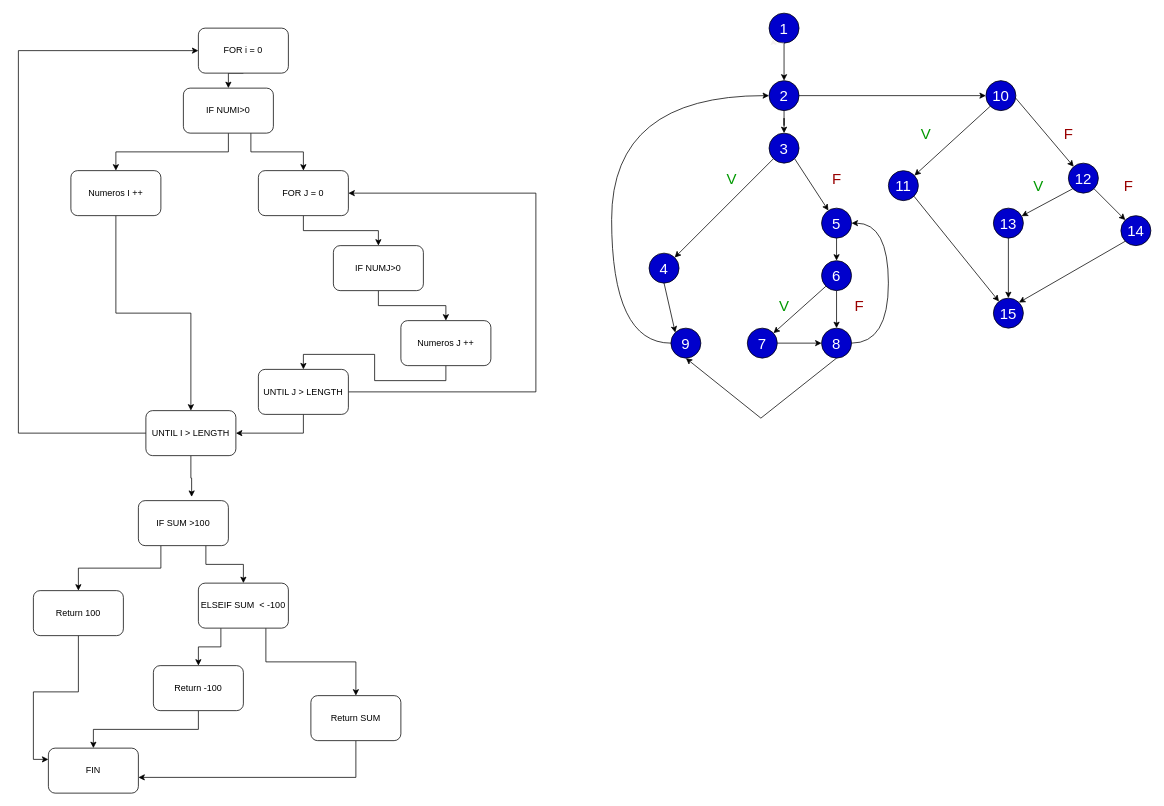
This is Diagrama FOR.drawio from JamartinezSanAlberto/Diagramas, a draw.io file, before an edit. Source tidied: cells renumbered, new cells numbered last; positions are measured from the earlier drawing's top-left corner, leaving out a move shared by most shapes. Both pictures are drawn from the tidied source at 75%, with x=0, y=0 at pixel (18, 13).
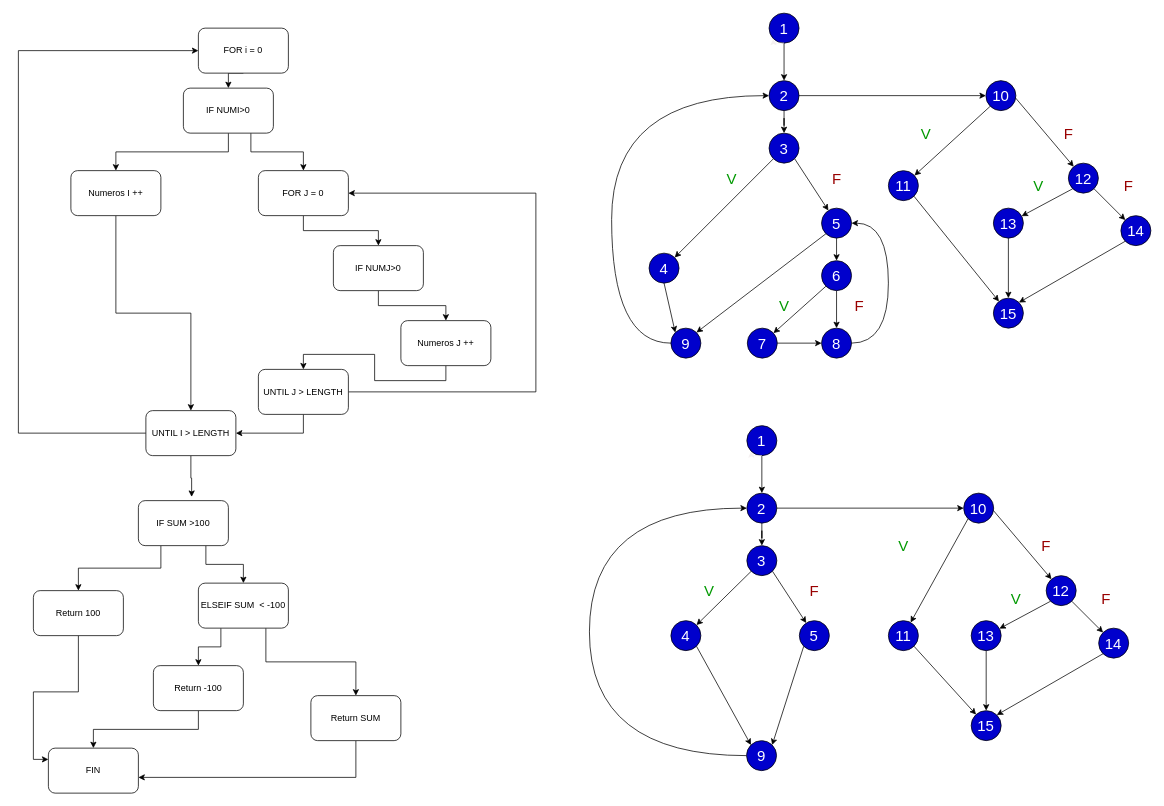
After the change.

The change refers to these unchanged cells:
```xml
<mxCell id="48" value="&lt;font style=&quot;font-size: 20px;&quot; color=&quot;#ffffff&quot;&gt;5&lt;/font&gt;" style="ellipse;whiteSpace=wrap;html=1;fillColor=#0000CC;fontSize=20;fontColor=#FFFFFF;" parent="1" vertex="1">
  <mxGeometry x="1070.9" y="260" width="40" height="40" as="geometry" />
</mxCell>
<mxCell id="56" value="&lt;font style=&quot;font-size: 20px;&quot; color=&quot;#ffffff&quot;&gt;8&lt;/font&gt;" style="ellipse;whiteSpace=wrap;html=1;fillColor=#0000CC;fontSize=20;fontColor=#FFFFFF;" parent="1" vertex="1">
  <mxGeometry x="1070.9" y="420" width="40" height="40" as="geometry" />
</mxCell>
<mxCell id="58" value="&lt;font style=&quot;font-size: 20px;&quot; color=&quot;#ffffff&quot;&gt;9&lt;/font&gt;" style="ellipse;whiteSpace=wrap;html=1;fillColor=#0000CC;fontSize=20;fontColor=#FFFFFF;" parent="1" vertex="1">
  <mxGeometry x="870" y="420" width="40" height="40" as="geometry" />
</mxCell>
```

The edit, as a diff of the source:
```diff
@@
-    <mxCell id="47" style="rounded=0;jettySize=auto;html=1;exitX=0.5;exitY=1;exitDx=0;exitDy=0;entryX=0.5;entryY=1;entryDx=0;entryDy=0;strokeColor=#000000;fontSize=20;fontColor=#990000;" parent="1" edge="1" source="56" target="58">
-      <mxGeometry relative="1" as="geometry">
-        <Array as="points">
-          <mxPoint x="990" y="540" />
-        </Array>
-      </mxGeometry>
-    </mxCell>
+    <mxCell id="78" style="rounded=0;jettySize=auto;html=1;exitX=0;exitY=1;exitDx=0;exitDy=0;entryX=1;entryY=0;entryDx=0;entryDy=0;" parent="1" edge="1" source="48" target="58">
+      <mxGeometry relative="1" as="geometry" />
+    </mxCell>
@@
+    <mxCell id="79" style="edgeStyle=orthogonalEdgeStyle;rounded=0;jettySize=auto;html=1;exitX=0.5;exitY=1;exitDx=0;exitDy=0;strokeColor=#000000;fontSize=20;fontColor=#FFFFFF;" parent="1" edge="1" source="80" target="84">
+      <mxGeometry relative="1" as="geometry" />
+    </mxCell>
+    <mxCell id="80" value="&lt;font style=&quot;font-size: 20px;&quot; color=&quot;#ffffff&quot;&gt;1&lt;/font&gt;" style="ellipse;whiteSpace=wrap;html=1;fillColor=#0000CC;" parent="1" vertex="1">
+      <mxGeometry x="971.3" y="550" width="40" height="40" as="geometry" />
+    </mxCell>
+    <mxCell id="81" style="edgeStyle=orthogonalEdgeStyle;rounded=0;orthogonalLoop=1;jettySize=auto;html=1;exitX=0.5;exitY=1;exitDx=0;exitDy=0;entryX=0;entryY=1;entryDx=0;entryDy=0;strokeColor=#f4f1f1;" parent="1" edge="1" source="80" target="80">
+      <mxGeometry relative="1" as="geometry" />
+    </mxCell>
+    <mxCell id="82" style="edgeStyle=orthogonalEdgeStyle;rounded=0;jettySize=auto;html=1;exitX=0.5;exitY=1;exitDx=0;exitDy=0;strokeColor=#000000;fontSize=20;fontColor=#FFFFFF;" parent="1" edge="1" source="84" target="87">
+      <mxGeometry relative="1" as="geometry" />
+    </mxCell>
+    <mxCell id="83" style="edgeStyle=none;rounded=0;jettySize=auto;html=1;exitX=1;exitY=0.5;exitDx=0;exitDy=0;strokeColor=#000000;fontSize=20;fontColor=#990000;entryX=0;entryY=0.5;entryDx=0;entryDy=0;" parent="1" edge="1" source="84" target="98">
+      <mxGeometry relative="1" as="geometry" />
+    </mxCell>
+    <mxCell id="84" value="&lt;font style=&quot;font-size: 20px;&quot; color=&quot;#ffffff&quot;&gt;2&lt;/font&gt;" style="ellipse;whiteSpace=wrap;html=1;fillColor=#0000CC;fontSize=20;fontColor=#FFFFFF;" parent="1" vertex="1">
+      <mxGeometry x="971.3" y="640" width="40" height="40" as="geometry" />
+    </mxCell>
+    <mxCell id="85" style="rounded=0;jettySize=auto;html=1;exitX=0;exitY=1;exitDx=0;exitDy=0;strokeColor=#000000;fontSize=20;fontColor=#009900;entryX=1;entryY=0;entryDx=0;entryDy=0;" parent="1" edge="1" source="87" target="90">
+      <mxGeometry relative="1" as="geometry" />
+    </mxCell>
+    <mxCell id="86" style="edgeStyle=none;rounded=0;jettySize=auto;html=1;exitX=1;exitY=1;exitDx=0;exitDy=0;strokeColor=#000000;fontSize=20;fontColor=#009900;" parent="1" edge="1" source="87" target="92">
+      <mxGeometry relative="1" as="geometry" />
+    </mxCell>
+    <mxCell id="87" value="&lt;font style=&quot;font-size: 20px;&quot; color=&quot;#ffffff&quot;&gt;3&lt;/font&gt;" style="ellipse;whiteSpace=wrap;html=1;fillColor=#0000CC;fontSize=20;fontColor=#FFFFFF;" parent="1" vertex="1">
+      <mxGeometry x="971.3" y="710" width="40" height="40" as="geometry" />
+    </mxCell>
+    <mxCell id="88" value="&lt;font color=&quot;#009900&quot;&gt;V&lt;/font&gt;" style="text;html=1;align=center;verticalAlign=middle;strokeColor=none;fillColor=none;fontSize=20;fontColor=#FFFFFF;" parent="1" vertex="1">
+      <mxGeometry x="901.3" y="750" width="40" height="40" as="geometry" />
+    </mxCell>
+    <mxCell id="89" style="edgeStyle=none;rounded=0;jettySize=auto;html=1;entryX=0;entryY=0;entryDx=0;entryDy=0;strokeColor=#000000;fontSize=20;fontColor=#990000;exitX=1;exitY=1;exitDx=0;exitDy=0;" parent="1" edge="1" source="90" target="95">
+      <mxGeometry relative="1" as="geometry" />
+    </mxCell>
+    <mxCell id="90" value="&lt;font style=&quot;font-size: 20px;&quot; color=&quot;#ffffff&quot;&gt;4&lt;/font&gt;" style="ellipse;whiteSpace=wrap;html=1;fillColor=#0000CC;fontSize=20;fontColor=#FFFFFF;" parent="1" vertex="1">
+      <mxGeometry x="870" y="810" width="40" height="40" as="geometry" />
+    </mxCell>
+    <mxCell id="91" style="rounded=0;jettySize=auto;html=1;exitX=0;exitY=1;exitDx=0;exitDy=0;entryX=1;entryY=0;entryDx=0;entryDy=0;" parent="1" edge="1" source="92" target="95">
+      <mxGeometry relative="1" as="geometry" />
+    </mxCell>
+    <mxCell id="92" value="&lt;font style=&quot;font-size: 20px;&quot; color=&quot;#ffffff&quot;&gt;5&lt;/font&gt;" style="ellipse;whiteSpace=wrap;html=1;fillColor=#0000CC;fontSize=20;fontColor=#FFFFFF;" parent="1" vertex="1">
+      <mxGeometry x="1041.3" y="810" width="40" height="40" as="geometry" />
+    </mxCell>
+    <mxCell id="93" value="&lt;font color=&quot;#990000&quot;&gt;F&lt;/font&gt;" style="text;html=1;align=center;verticalAlign=middle;strokeColor=none;fillColor=none;fontSize=20;fontColor=#FFFFFF;" parent="1" vertex="1">
+      <mxGeometry x="1041.3" y="750" width="40" height="40" as="geometry" />
+    </mxCell>
+    <mxCell id="94" style="edgeStyle=orthogonalEdgeStyle;rounded=0;jettySize=auto;html=1;exitX=0;exitY=0.5;exitDx=0;exitDy=0;entryX=0;entryY=0.5;entryDx=0;entryDy=0;strokeColor=#000000;fontSize=20;fontColor=#990000;curved=1;" parent="1" edge="1" source="95" target="84">
+      <mxGeometry relative="1" as="geometry">
+        <Array as="points">
+          <mxPoint x="761.4" y="990" />
+          <mxPoint x="761.4" y="660" />
+        </Array>
+      </mxGeometry>
+    </mxCell>
+    <mxCell id="95" value="&lt;font style=&quot;font-size: 20px;&quot; color=&quot;#ffffff&quot;&gt;9&lt;/font&gt;" style="ellipse;whiteSpace=wrap;html=1;fillColor=#0000CC;fontSize=20;fontColor=#FFFFFF;" parent="1" vertex="1">
+      <mxGeometry x="970.9" y="970" width="40" height="40" as="geometry" />
+    </mxCell>
+    <mxCell id="96" style="rounded=0;jettySize=auto;html=1;exitX=0;exitY=1;exitDx=0;exitDy=0;strokeColor=#000000;fontSize=20;fontColor=#990000;" parent="1" edge="1" source="98" target="100">
+      <mxGeometry relative="1" as="geometry" />
+    </mxCell>
+    <mxCell id="97" style="edgeStyle=none;rounded=0;jettySize=auto;html=1;exitX=0.5;exitY=0;exitDx=0;exitDy=0;strokeColor=#000000;fontSize=20;fontColor=#990000;" parent="1" edge="1" source="98" target="103">
+      <mxGeometry relative="1" as="geometry" />
+    </mxCell>
+    <mxCell id="98" value="&lt;font style=&quot;font-size: 20px;&quot; color=&quot;#ffffff&quot;&gt;10&lt;/font&gt;" style="ellipse;whiteSpace=wrap;html=1;fillColor=#0000CC;fontSize=20;fontColor=#FFFFFF;" parent="1" vertex="1">
+      <mxGeometry x="1260.4" y="640" width="40" height="40" as="geometry" />
+    </mxCell>
+    <mxCell id="99" style="edgeStyle=none;rounded=0;jettySize=auto;html=1;exitX=1;exitY=1;exitDx=0;exitDy=0;strokeColor=#000000;fontSize=20;fontColor=#990000;" parent="1" edge="1" source="100" target="106">
+      <mxGeometry relative="1" as="geometry" />
+    </mxCell>
+    <mxCell id="100" value="&lt;font style=&quot;font-size: 20px;&quot; color=&quot;#ffffff&quot;&gt;11&lt;/font&gt;" style="ellipse;whiteSpace=wrap;html=1;fillColor=#0000CC;fontSize=20;fontColor=#FFFFFF;" parent="1" vertex="1">
+      <mxGeometry x="1160" y="810" width="40" height="40" as="geometry" />
+    </mxCell>
+    <mxCell id="101" style="edgeStyle=none;rounded=0;jettySize=auto;html=1;exitX=1;exitY=1;exitDx=0;exitDy=0;strokeColor=#000000;fontSize=20;fontColor=#990000;" parent="1" edge="1" source="103" target="105">
+      <mxGeometry relative="1" as="geometry" />
+    </mxCell>
+    <mxCell id="102" style="edgeStyle=none;rounded=0;jettySize=auto;html=1;exitX=0;exitY=1;exitDx=0;exitDy=0;strokeColor=#000000;fontSize=20;fontColor=#990000;" parent="1" edge="1" source="103" target="108">
+      <mxGeometry relative="1" as="geometry" />
+    </mxCell>
+    <mxCell id="103" value="&lt;font style=&quot;font-size: 20px;&quot; color=&quot;#ffffff&quot;&gt;12&lt;/font&gt;" style="ellipse;whiteSpace=wrap;html=1;fillColor=#0000CC;fontSize=20;fontColor=#FFFFFF;" parent="1" vertex="1">
+      <mxGeometry x="1370.4" y="750" width="40" height="40" as="geometry" />
+    </mxCell>
+    <mxCell id="104" style="edgeStyle=none;rounded=0;jettySize=auto;html=1;exitX=0;exitY=1;exitDx=0;exitDy=0;entryX=1;entryY=0;entryDx=0;entryDy=0;strokeColor=#000000;fontSize=20;fontColor=#990000;" parent="1" edge="1" source="105" target="106">
+      <mxGeometry relative="1" as="geometry" />
+    </mxCell>
+    <mxCell id="105" value="&lt;font style=&quot;font-size: 20px;&quot; color=&quot;#ffffff&quot;&gt;14&lt;/font&gt;" style="ellipse;whiteSpace=wrap;html=1;fillColor=#0000CC;fontSize=20;fontColor=#FFFFFF;" parent="1" vertex="1">
+      <mxGeometry x="1440.4" y="820" width="40" height="40" as="geometry" />
+    </mxCell>
+    <mxCell id="106" value="&lt;font style=&quot;font-size: 20px;&quot; color=&quot;#ffffff&quot;&gt;15&lt;/font&gt;" style="ellipse;whiteSpace=wrap;html=1;fillColor=#0000CC;fontSize=20;fontColor=#FFFFFF;" parent="1" vertex="1">
+      <mxGeometry x="1270.4" y="930" width="40" height="40" as="geometry" />
+    </mxCell>
+    <mxCell id="107" style="edgeStyle=none;rounded=0;jettySize=auto;html=1;exitX=0.5;exitY=1;exitDx=0;exitDy=0;entryX=0.5;entryY=0;entryDx=0;entryDy=0;strokeColor=#000000;fontSize=20;fontColor=#990000;" parent="1" edge="1" source="108" target="106">
+      <mxGeometry relative="1" as="geometry" />
+    </mxCell>
+    <mxCell id="108" value="&lt;font style=&quot;font-size: 20px;&quot; color=&quot;#ffffff&quot;&gt;13&lt;/font&gt;" style="ellipse;whiteSpace=wrap;html=1;fillColor=#0000CC;fontSize=20;fontColor=#FFFFFF;" parent="1" vertex="1">
+      <mxGeometry x="1270.4" y="810" width="40" height="40" as="geometry" />
+    </mxCell>
+    <mxCell id="109" value="&lt;font color=&quot;#009900&quot;&gt;V&lt;/font&gt;" style="text;html=1;align=center;verticalAlign=middle;strokeColor=none;fillColor=none;fontSize=20;fontColor=#FFFFFF;" parent="1" vertex="1">
+      <mxGeometry x="1160.4" y="690" width="40" height="40" as="geometry" />
+    </mxCell>
+    <mxCell id="110" value="&lt;font color=&quot;#009900&quot;&gt;V&lt;/font&gt;" style="text;html=1;align=center;verticalAlign=middle;strokeColor=none;fillColor=none;fontSize=20;fontColor=#FFFFFF;" parent="1" vertex="1">
+      <mxGeometry x="1310.4" y="760" width="40" height="40" as="geometry" />
+    </mxCell>
+    <mxCell id="111" value="&lt;font color=&quot;#990000&quot;&gt;F&lt;/font&gt;" style="text;html=1;align=center;verticalAlign=middle;strokeColor=none;fillColor=none;fontSize=20;fontColor=#FFFFFF;" parent="1" vertex="1">
+      <mxGeometry x="1350.4" y="690" width="40" height="40" as="geometry" />
+    </mxCell>
+    <mxCell id="112" value="&lt;font color=&quot;#990000&quot;&gt;F&lt;/font&gt;" style="text;html=1;align=center;verticalAlign=middle;strokeColor=none;fillColor=none;fontSize=20;fontColor=#FFFFFF;" parent="1" vertex="1">
+      <mxGeometry x="1430.4" y="760" width="40" height="40" as="geometry" />
+    </mxCell>
```
